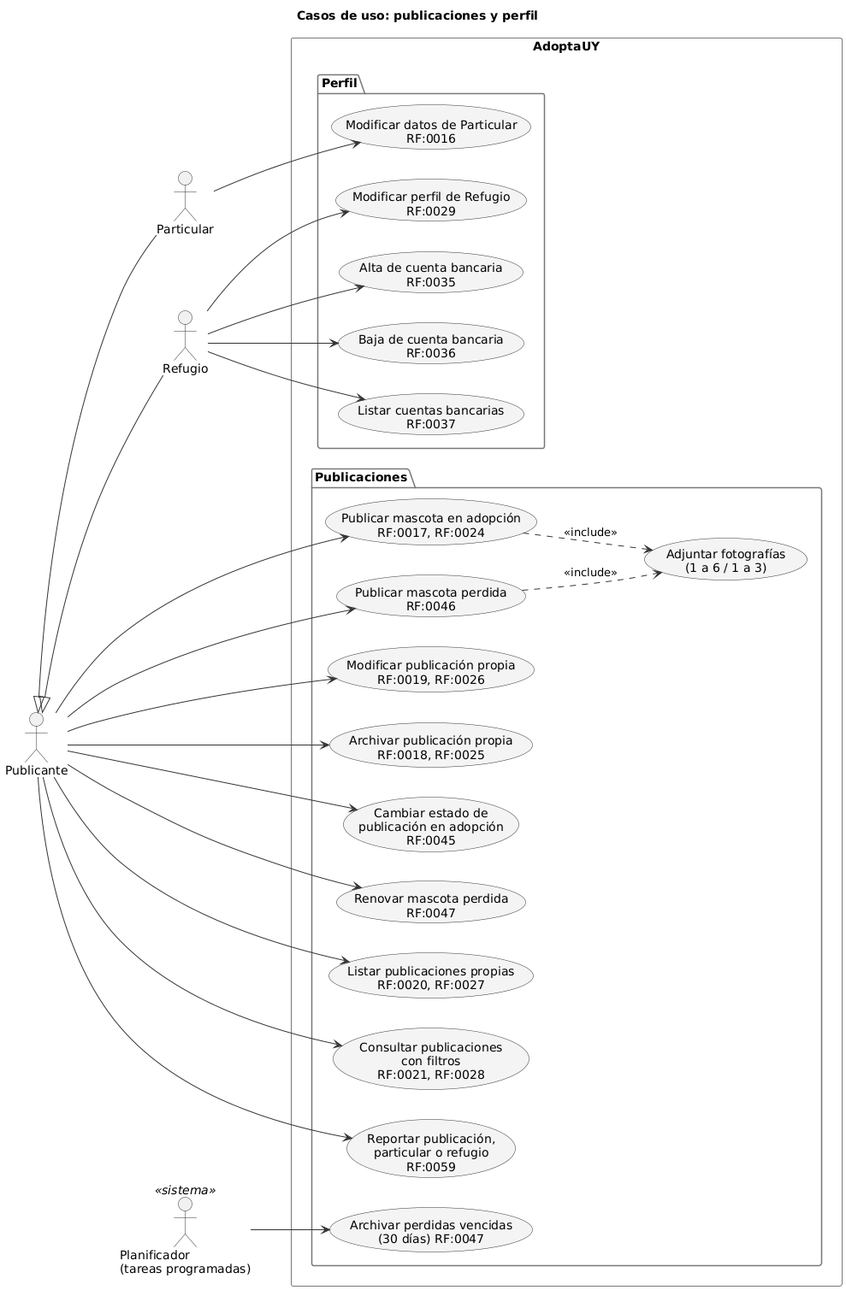
CodeCraftersITI/adoptauy keeps this PlantUML diagram as docs/diagramas/uml/cu-publicaciones.png. Above is the earlier version.
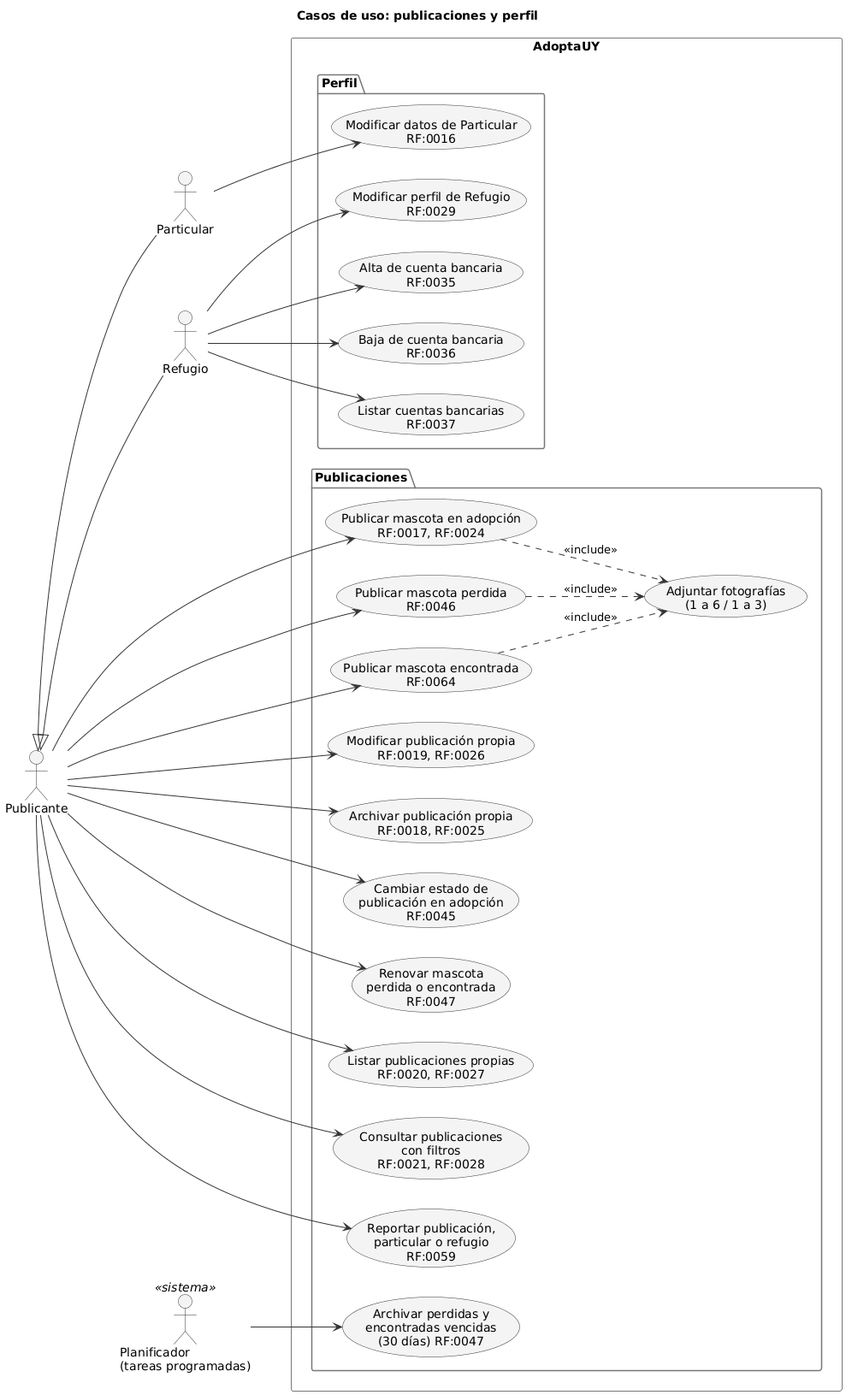
After the commit.

What changed in the source:
```diff
@@ -12,12 +12,13 @@
   package "Publicaciones" {
     usecase "Publicar mascota en adopción\nRF:0017, RF:0024" as UC17
     usecase "Publicar mascota perdida\nRF:0046" as UC46
+    usecase "Publicar mascota encontrada\nRF:0064" as UC64
     usecase "Adjuntar fotografías\n(1 a 6 / 1 a 3)" as UCF
     usecase "Modificar publicación propia\nRF:0019, RF:0026" as UC19
     usecase "Archivar publicación propia\nRF:0018, RF:0025" as UC18
     usecase "Cambiar estado de\npublicación en adopción\nRF:0045" as UC45
-    usecase "Renovar mascota perdida\nRF:0047" as UC47
-    usecase "Archivar perdidas vencidas\n(30 días) RF:0047" as UC47S
+    usecase "Renovar mascota\nperdida o encontrada\nRF:0047" as UC47
+    usecase "Archivar perdidas y\nencontradas vencidas\n(30 días) RF:0047" as UC47S
     usecase "Listar publicaciones propias\nRF:0020, RF:0027" as UC20
     usecase "Consultar publicaciones\ncon filtros\nRF:0021, RF:0028" as UC21
     usecase "Reportar publicación,\nparticular o refugio\nRF:0059" as UC59
@@ -32,6 +33,7 @@
 }
 P --> UC17
 P --> UC46
+P --> UC64
 P --> UC19
 P --> UC18
 P --> UC45
@@ -41,6 +43,7 @@
 P --> UC59
 UC17 ..> UCF : <<include>>
 UC46 ..> UCF : <<include>>
+UC64 ..> UCF : <<include>>
 PA --> UC16
 RE --> UC29
 RE --> UC35
```
